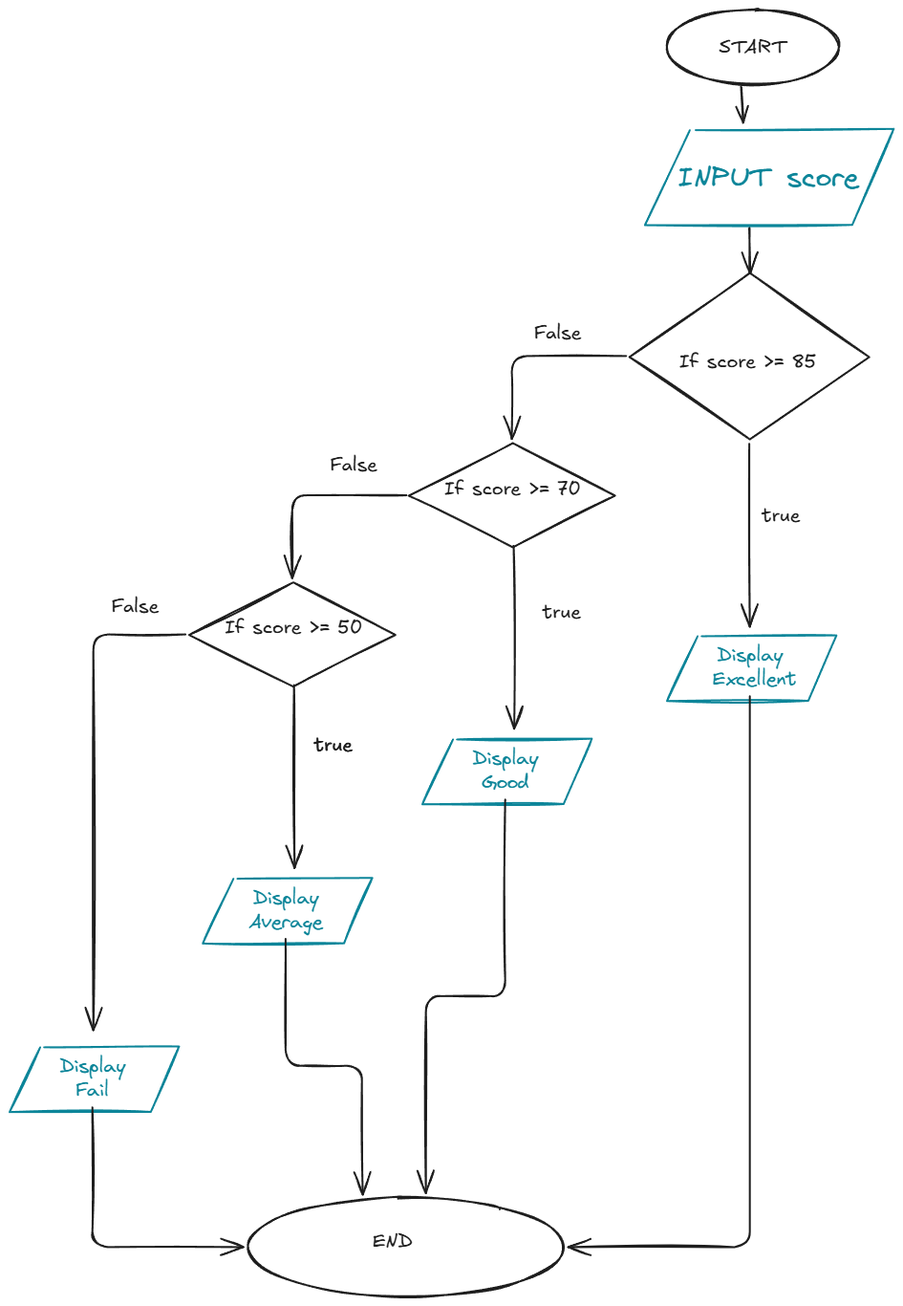
Earlier version of the Excalidraw export Images/Rawr2025-04-01-1147.excalidraw.png (identity-fraud/9CT2-Task1-Schmeegledeeps). Source tidied: one line per element, renumbered; positions are measured from the earlier drawing's top-left corner, leaving out a move shared by most shapes.
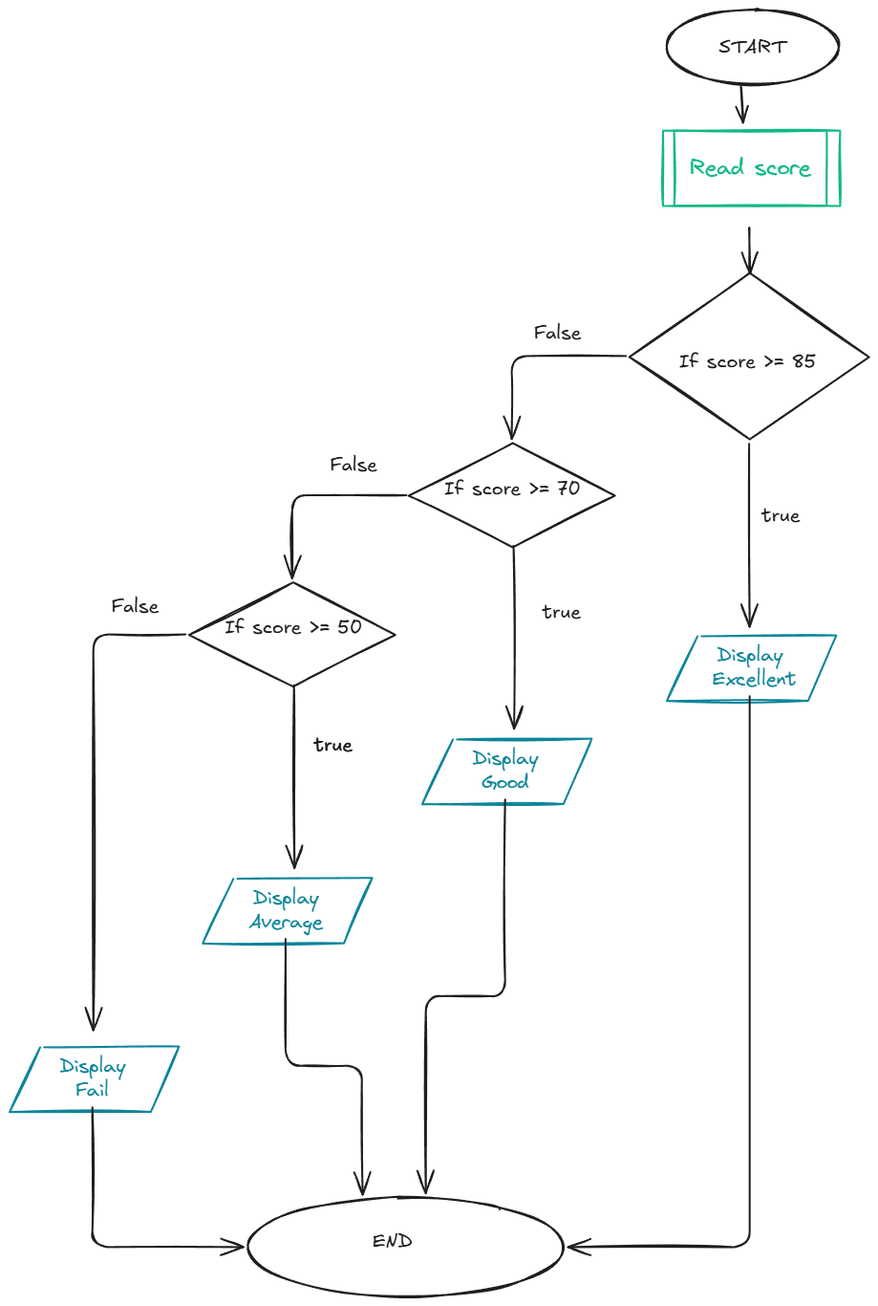
The same diagram one commit later.

Commit message:
Updated rawr with read

Diff of the diagram source:
```diff
@@ -2,8 +2,6 @@
 {"id": 1, "type": "text", "text": "START", "strokeColor": "#1e1e1e", "strokeWidth": 2, "roughness": 1, "fontSize": 20, "fontFamily": 5, "x": 743, "y": 27, "width": 72, "height": 25}
 {"id": 2, "type": "arrow", "strokeColor": "#1e1e1e", "strokeWidth": 2, "roughness": 1, "endArrowhead": "arrow", "round": true, "x": 766, "y": 81, "width": 3, "height": 36, "points": [[0, 0], [3, 36]]}
 {"id": 3, "type": "arrow", "strokeColor": "#1e1e1e", "strokeWidth": 2, "roughness": 1, "endArrowhead": "arrow", "round": true, "x": 774, "y": 228, "width": 1, "height": 48, "points": [[0, 0], [1, 48]]}
-{"id": 4, "type": "line", "strokeColor": "#0c8599", "strokeWidth": 2, "roughness": 1, "x": 718, "y": 126, "width": 260, "height": 101, "points": [[0, 0], [207, -1], [164, 99], [-53, 99], [-6, 0]]}
-{"id": 5, "type": "text", "text": "INPUT score", "strokeColor": "#0c8599", "backgroundColor": "#eaddd7", "fillStyle": "hachure", "strokeWidth": 2, "roughness": 1, "fontSize": 29.36, "fontFamily": 1, "textAlign": "center", "x": 700, "y": 158, "width": 189, "height": 37}
 {"id": 6, "type": "diamond", "strokeColor": "#1e1e1e", "backgroundColor": "#ffffff", "fillStyle": "solid", "strokeWidth": 2, "roughness": 1, "x": 649, "y": 275, "width": 251, "height": 174}
 {"id": 7, "type": "text", "text": "If score >= 85", "strokeColor": "#1e1e1e", "backgroundColor": "#ffffff", "fillStyle": "solid", "strokeWidth": 2, "roughness": 1, "fontSize": 20, "fontFamily": 5, "x": 701, "y": 356, "width": 143, "height": 25}
 {"id": 8, "type": "arrow", "strokeColor": "#1e1e1e", "backgroundColor": "#ffffff", "fillStyle": "solid", "strokeWidth": 2, "roughness": 1, "endArrowhead": "arrow", "from": 6, "x": 774, "y": 454, "width": 1, "height": 191, "points": [[0, 0], [1, 191]]}
@@ -37,3 +35,6 @@
 {"id": 36, "type": "arrow", "strokeColor": "#1e1e1e", "backgroundColor": "#ffffff", "fillStyle": "solid", "strokeWidth": 2, "roughness": 1, "endArrowhead": "arrow", "from": 22, "to": 33, "x": 289, "y": 972, "width": 81, "height": 268, "points": [[0, 0], [0, 133], [80, 133], [81, 268]]}
 {"id": 37, "type": "arrow", "strokeColor": "#1e1e1e", "backgroundColor": "#ffffff", "fillStyle": "solid", "strokeWidth": 2, "roughness": 1, "endArrowhead": "arrow", "from": 16, "to": 33, "x": 519, "y": 826, "width": 83, "height": 412, "points": [[0, 0], [0, 206], [-83, 206], [-83, 412]]}
 {"id": 38, "type": "arrow", "strokeColor": "#1e1e1e", "backgroundColor": "#ffffff", "fillStyle": "solid", "strokeWidth": 2, "roughness": 1, "endArrowhead": "arrow", "from": 10, "to": 33, "x": 775, "y": 718, "width": 190, "height": 576, "points": [[0, 0], [0, 576], [-190, 576]]}
+{"id": 39, "type": "rectangle", "strokeColor": "#12b886", "strokeWidth": 2, "roughness": 1, "x": 696, "y": 126, "width": 160, "height": 79}
+{"id": 40, "type": "text", "text": "Read score", "strokeColor": "#12b886", "strokeWidth": 2, "roughness": 1, "fontSize": 22.81, "fontFamily": 1, "textAlign": "center", "verticalAlign": "middle", "inside": 39, "x": 712, "y": 152, "width": 126, "height": 29}
+{"id": 41, "type": "rectangle", "strokeColor": "#12b886", "strokeWidth": 2, "roughness": 1, "x": 684, "y": 127, "width": 185, "height": 79}
```
